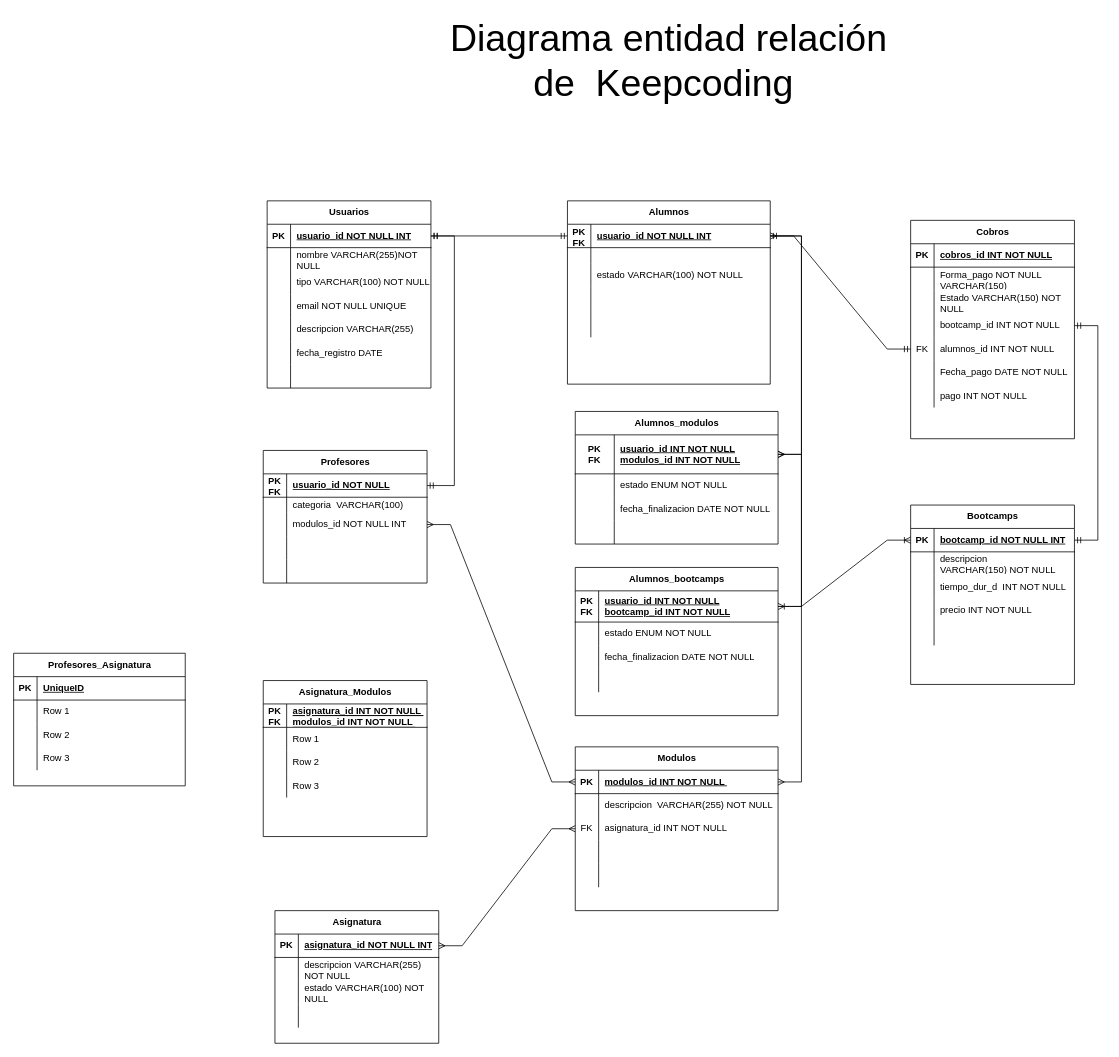
This is Diagrama_ERKeepCoding.drawio from NauziX/SQL_Advanced_Practice, a draw.io file, before an edit. Source tidied: cells renumbered, new cells numbered last; positions are measured from the earlier drawing's top-left corner, leaving out a move shared by most shapes. Both pictures are drawn from the tidied source at 78%, with x=0, y=0 at pixel (13, 13).
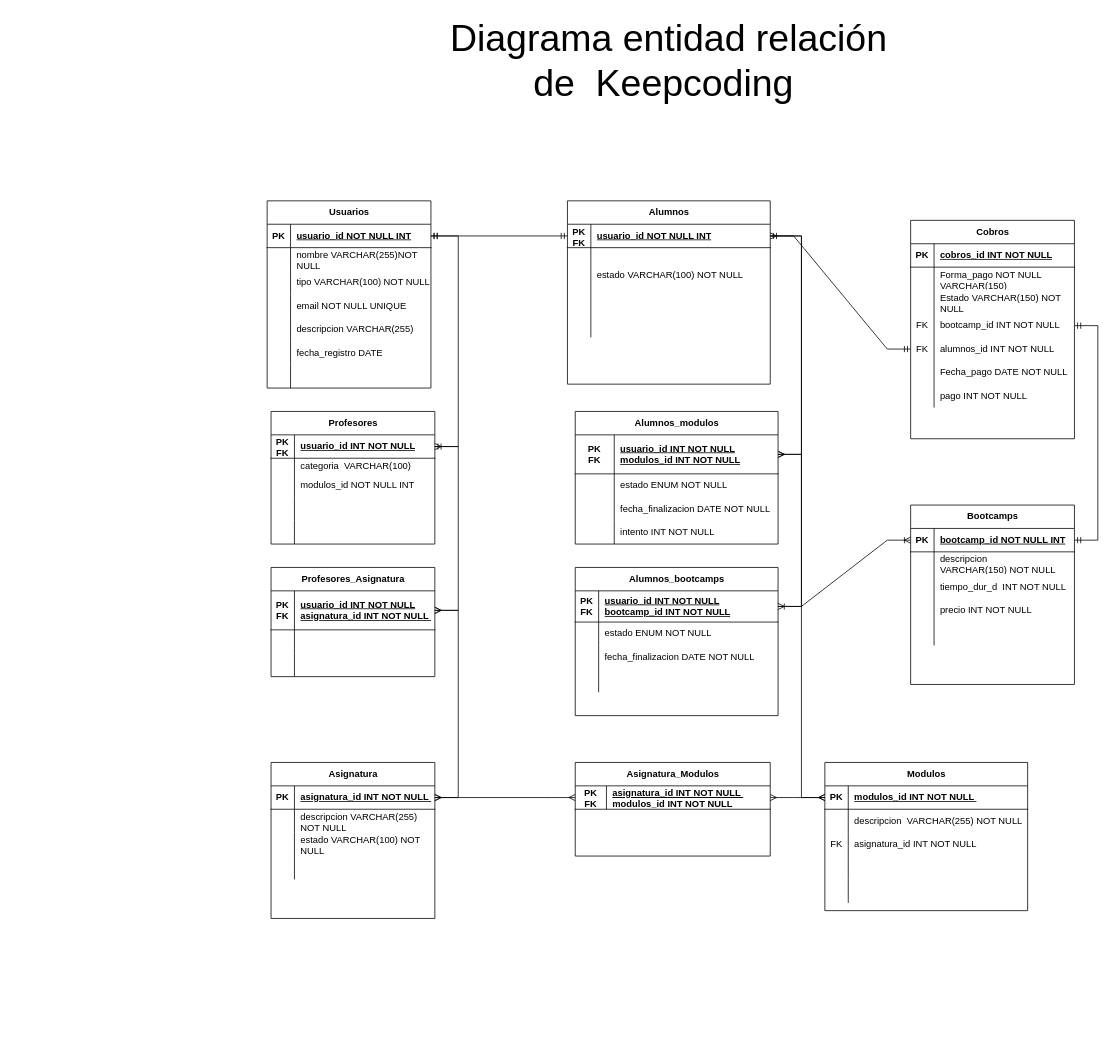
Above is the later version.

Unchanged cells that the change refers to:
```xml
<mxCell id="20" style="shape=tableRow;horizontal=0;startSize=0;swimlaneHead=0;swimlaneBody=0;fillColor=none;points=[[0,0.5],[1,0.5]];portConstraint=eastwest;top=0;left=0;right=0;bottom=1;" parent="19" vertex="1">
  <mxGeometry y="30" width="260" height="30" as="geometry" />
</mxCell>
<mxCell id="26" style="shape=tableRow;horizontal=0;startSize=0;swimlaneHead=0;swimlaneBody=0;fillColor=none;points=[[0,0.5],[1,0.5]];portConstraint=eastwest;top=0;left=0;right=0;bottom=0;" parent="19" vertex="1">
  <mxGeometry y="90" width="260" height="30" as="geometry" />
</mxCell>
<mxCell id="36" style="shape=tableRow;horizontal=0;startSize=0;swimlaneHead=0;swimlaneBody=0;fillColor=none;points=[[0,0.5],[1,0.5]];portConstraint=eastwest;top=0;left=0;right=0;bottom=1;" parent="35" vertex="1">
  <mxGeometry y="30" width="210" height="30" as="geometry" />
</mxCell>
<mxCell id="49" style="shape=tableRow;horizontal=0;startSize=0;swimlaneHead=0;swimlaneBody=0;fillColor=none;points=[[0,0.5],[1,0.5]];portConstraint=eastwest;top=0;left=0;right=0;bottom=1;" parent="48" vertex="1">
  <mxGeometry y="30" width="210" height="30" as="geometry" />
</mxCell>
<mxCell id="55" style="shape=tableRow;horizontal=0;startSize=0;swimlaneHead=0;swimlaneBody=0;fillColor=none;points=[[0,0.5],[1,0.5]];portConstraint=eastwest;top=0;left=0;right=0;bottom=0;" parent="48" vertex="1">
  <mxGeometry y="80" width="210" height="30" as="geometry" />
</mxCell>
<mxCell id="96" style="shape=tableRow;horizontal=0;startSize=0;swimlaneHead=0;swimlaneBody=0;fillColor=none;points=[[0,0.5],[1,0.5]];portConstraint=eastwest;top=0;left=0;right=0;bottom=0;" parent="86" vertex="1">
  <mxGeometry y="120" width="210" height="30" as="geometry" />
</mxCell>
<mxCell id="137" style="shape=tableRow;horizontal=0;startSize=0;swimlaneHead=0;swimlaneBody=0;fillColor=none;top=0;left=0;right=0;bottom=0;" parent="127" vertex="1">
  <mxGeometry y="140" width="260" height="30" as="geometry" />
</mxCell>
```

The edit, as a diff of the source:
```diff
@@
     <mxCell id="19" value="Modulos" style="shape=table;startSize=30;childLayout=tableLayout;rowLines=0;fontStyle=1;align=center;html=1;" parent="1" vertex="1">
-      <mxGeometry x="720" y="940" width="260" height="210" as="geometry" />
+      <mxGeometry x="1040" y="960" width="260" height="190" as="geometry" />
     </mxCell>
@@
     <mxCell id="35" value="Asignatura" style="shape=table;startSize=30;childLayout=tableLayout;rowLines=0;fontStyle=1;align=center;html=1;" parent="1" vertex="1">
-      <mxGeometry x="335" y="1150" width="210" height="170" as="geometry" />
+      <mxGeometry x="330" y="960" width="210" height="200" as="geometry" />
     </mxCell>
@@
-    <mxCell id="38" value="asignatura_id NOT NULL INT" style="shape=partialRectangle;fillColor=none;top=0;left=0;bottom=0;right=0;align=left;spacingLeft=6;fontStyle=5;overflow=hidden;whiteSpace=wrap;html=1;" parent="36" vertex="1">
+    <mxCell id="38" value="asignatura_id INT&amp;nbsp;NOT NULL&amp;nbsp;" style="shape=partialRectangle;fillColor=none;top=0;left=0;bottom=0;right=0;align=left;spacingLeft=6;fontStyle=5;overflow=hidden;whiteSpace=wrap;html=1;" parent="36" vertex="1">
       <mxGeometry x="30" width="180" height="30" as="geometry" />
     </mxCell>
@@
     <mxCell id="48" value="Profesores" style="shape=table;startSize=30;childLayout=tableLayout;rowLines=0;fontStyle=1;align=center;html=1;" parent="1" vertex="1">
-      <mxGeometry x="320" y="560" width="210" height="170" as="geometry" />
+      <mxGeometry x="330" y="510" width="210" height="170" as="geometry" />
     </mxCell>
@@
-    <mxCell id="51" value="usuario_id NOT NULL" style="shape=partialRectangle;fillColor=none;top=0;left=0;bottom=0;right=0;align=left;spacingLeft=6;fontStyle=5;overflow=hidden;whiteSpace=wrap;html=1;" parent="49" vertex="1">
+    <mxCell id="51" value="usuario_id INT NOT NULL" style="shape=partialRectangle;fillColor=none;top=0;left=0;bottom=0;right=0;align=left;spacingLeft=6;fontStyle=5;overflow=hidden;whiteSpace=wrap;html=1;" parent="49" vertex="1">
       <mxGeometry x="30" width="180" height="30" as="geometry" />
     </mxCell>
@@
-    <mxCell id="97" style="shape=partialRectangle;fillColor=none;top=0;left=0;bottom=0;right=0;overflow=hidden;whiteSpace=wrap;html=1;" parent="96" vertex="1">
+    <mxCell id="97" value="FK" style="shape=partialRectangle;fillColor=none;top=0;left=0;bottom=0;right=0;overflow=hidden;whiteSpace=wrap;html=1;" parent="96" vertex="1">
       <mxGeometry width="30" height="30" as="geometry" />
     </mxCell>
@@
-    <mxCell id="111" style="edgeStyle=entityRelationEdgeStyle;fontSize=12;html=1;endArrow=ERmany;startArrow=ERmany;rounded=0;" parent="1" edge="1" source="55" target="20">
-      <mxGeometry relative="1" as="geometry">
-        <Array as="points">
-          <mxPoint x="660" y="890" />
-        </Array>
-      </mxGeometry>
-    </mxCell>
@@
-    <mxCell id="113" style="edgeStyle=entityRelationEdgeStyle;fontSize=12;html=1;endArrow=ERmany;startArrow=ERmany;rounded=0;" parent="1" edge="1" source="36" target="26">
-      <mxGeometry relative="1" as="geometry">
-        <Array as="points">
-          <mxPoint x="80" y="550" />
-        </Array>
-      </mxGeometry>
-    </mxCell>
@@
-    <mxCell id="139" style="shape=partialRectangle;fillColor=none;top=0;left=0;bottom=0;right=0;align=left;spacingLeft=6;overflow=hidden;whiteSpace=wrap;html=1;" parent="137" vertex="1">
+    <mxCell id="139" value="intento INT NOT NULL" style="shape=partialRectangle;fillColor=none;top=0;left=0;bottom=0;right=0;align=left;spacingLeft=6;overflow=hidden;whiteSpace=wrap;html=1;" parent="137" vertex="1">
       <mxGeometry x="50" width="210" height="30" as="geometry" />
     </mxCell>
@@
     <mxCell id="160" value="Asignatura_Modulos" style="shape=table;startSize=30;childLayout=tableLayout;rowLines=0;fontStyle=1;align=center;html=1;" parent="1" vertex="1">
-      <mxGeometry x="320" y="855" width="210" height="200" as="geometry" />
+      <mxGeometry x="720" y="960" width="250" height="120" as="geometry" />
     </mxCell>
     <mxCell id="161" style="shape=tableRow;horizontal=0;startSize=0;swimlaneHead=0;swimlaneBody=0;fillColor=none;points=[[0,0.5],[1,0.5]];portConstraint=eastwest;top=0;left=0;right=0;bottom=1;" parent="160" vertex="1">
-      <mxGeometry y="30" width="210" height="30" as="geometry" />
+      <mxGeometry y="30" width="250" height="30" as="geometry" />
     </mxCell>
     <mxCell id="162" value="PK&lt;div&gt;FK&lt;/div&gt;" style="shape=partialRectangle;fillColor=none;top=0;left=0;bottom=0;right=0;fontStyle=1;overflow=hidden;whiteSpace=wrap;html=1;" parent="161" vertex="1">
-      <mxGeometry width="30" height="30" as="geometry" />
+      <mxGeometry width="40" height="30" as="geometry" />
     </mxCell>
     <mxCell id="163" value="&lt;span style=&quot;color: rgb(0, 0, 0); font-family: Helvetica; font-size: 12px; font-style: normal; font-variant-ligatures: normal; font-variant-caps: normal; font-weight: 700; letter-spacing: normal; orphans: 2; text-align: left; text-indent: 0px; text-transform: none; widows: 2; word-spacing: 0px; -webkit-text-stroke-width: 0px; white-space: normal; background-color: rgb(255, 255, 255); text-decoration: underline; float: none; display: inline !important;&quot;&gt;asignatura_id INT NOT NULL&amp;nbsp;&lt;/span&gt;&lt;div&gt;modulos_id INT NOT NULL&amp;nbsp;&lt;/div&gt;" style="shape=partialRectangle;fillColor=none;top=0;left=0;bottom=0;right=0;align=left;spacingLeft=6;fontStyle=5;overflow=hidden;whiteSpace=wrap;html=1;" parent="161" vertex="1">
-      <mxGeometry x="30" width="180" height="30" as="geometry" />
+      <mxGeometry x="40" width="210" height="30" as="geometry" />
     </mxCell>
-    <mxCell id="164" style="shape=tableRow;horizontal=0;startSize=0;swimlaneHead=0;swimlaneBody=0;fillColor=none;top=0;left=0;right=0;bottom=0;" parent="160" vertex="1">
-      <mxGeometry y="60" width="210" height="30" as="geometry" />
-    </mxCell>
-    <mxCell id="165" style="shape=partialRectangle;fillColor=none;top=0;left=0;bottom=0;right=0;overflow=hidden;whiteSpace=wrap;html=1;" parent="164" vertex="1">
-      <mxGeometry width="30" height="30" as="geometry" />
-    </mxCell>
-    <mxCell id="166" value="Row 1" style="shape=partialRectangle;fillColor=none;top=0;left=0;bottom=0;right=0;align=left;spacingLeft=6;overflow=hidden;whiteSpace=wrap;html=1;" parent="164" vertex="1">
-      <mxGeometry x="30" width="180" height="30" as="geometry" />
-    </mxCell>
-    <mxCell id="167" style="shape=tableRow;horizontal=0;startSize=0;swimlaneHead=0;swimlaneBody=0;fillColor=none;top=0;left=0;right=0;bottom=0;" parent="160" vertex="1">
-      <mxGeometry y="90" width="210" height="30" as="geometry" />
-    </mxCell>
-    <mxCell id="168" style="shape=partialRectangle;fillColor=none;top=0;left=0;bottom=0;right=0;overflow=hidden;whiteSpace=wrap;html=1;" parent="167" vertex="1">
-      <mxGeometry width="30" height="30" as="geometry" />
-    </mxCell>
-    <mxCell id="169" value="Row 2" style="shape=partialRectangle;fillColor=none;top=0;left=0;bottom=0;right=0;align=left;spacingLeft=6;overflow=hidden;whiteSpace=wrap;html=1;" parent="167" vertex="1">
-      <mxGeometry x="30" width="180" height="30" as="geometry" />
-    </mxCell>
-    <mxCell id="170" style="shape=tableRow;horizontal=0;startSize=0;swimlaneHead=0;swimlaneBody=0;fillColor=none;top=0;left=0;right=0;bottom=0;" parent="160" vertex="1">
-      <mxGeometry y="120" width="210" height="30" as="geometry" />
-    </mxCell>
-    <mxCell id="171" style="shape=partialRectangle;fillColor=none;top=0;left=0;bottom=0;right=0;overflow=hidden;whiteSpace=wrap;html=1;" parent="170" vertex="1">
-      <mxGeometry width="30" height="30" as="geometry" />
-    </mxCell>
-    <mxCell id="172" value="Row 3" style="shape=partialRectangle;fillColor=none;top=0;left=0;bottom=0;right=0;align=left;spacingLeft=6;overflow=hidden;whiteSpace=wrap;html=1;" parent="170" vertex="1">
-      <mxGeometry x="30" width="180" height="30" as="geometry" />
-    </mxCell>
     <mxCell id="173" value="Profesores_Asignatura" style="shape=table;startSize=30;childLayout=tableLayout;rowLines=0;fontStyle=1;align=center;html=1;" parent="1" vertex="1">
-      <mxGeometry y="820" width="220" height="170" as="geometry" />
+      <mxGeometry x="330" y="710" width="210" height="140" as="geometry" />
     </mxCell>
     <mxCell id="174" style="shape=tableRow;horizontal=0;startSize=0;swimlaneHead=0;swimlaneBody=0;fillColor=none;points=[[0,0.5],[1,0.5]];portConstraint=eastwest;top=0;left=0;right=0;bottom=1;" parent="173" vertex="1">
-      <mxGeometry y="30" width="220" height="30" as="geometry" />
+      <mxGeometry y="30" width="210" height="50" as="geometry" />
     </mxCell>
-    <mxCell id="175" value="PK" style="shape=partialRectangle;fillColor=none;top=0;left=0;bottom=0;right=0;fontStyle=1;overflow=hidden;whiteSpace=wrap;html=1;" parent="174" vertex="1">
-      <mxGeometry width="30" height="30" as="geometry" />
+    <mxCell id="175" value="PK&lt;div&gt;FK&lt;/div&gt;" style="shape=partialRectangle;fillColor=none;top=0;left=0;bottom=0;right=0;fontStyle=1;overflow=hidden;whiteSpace=wrap;html=1;" parent="174" vertex="1">
+      <mxGeometry width="30" height="50" as="geometry" />
     </mxCell>
-    <mxCell id="176" value="UniqueID" style="shape=partialRectangle;fillColor=none;top=0;left=0;bottom=0;right=0;align=left;spacingLeft=6;fontStyle=5;overflow=hidden;whiteSpace=wrap;html=1;" parent="174" vertex="1">
-      <mxGeometry x="30" width="190" height="30" as="geometry" />
+    <mxCell id="176" value="usuario_id INT NOT NULL&lt;div&gt;asignatura_id INT NOT NULL&amp;nbsp;&lt;/div&gt;" style="shape=partialRectangle;fillColor=none;top=0;left=0;bottom=0;right=0;align=left;spacingLeft=6;fontStyle=5;overflow=hidden;whiteSpace=wrap;html=1;" parent="174" vertex="1">
+      <mxGeometry x="30" width="180" height="50" as="geometry" />
     </mxCell>
     <mxCell id="177" style="shape=tableRow;horizontal=0;startSize=0;swimlaneHead=0;swimlaneBody=0;fillColor=none;top=0;left=0;right=0;bottom=0;" parent="173" vertex="1">
-      <mxGeometry y="60" width="220" height="30" as="geometry" />
+      <mxGeometry y="80" width="210" height="30" as="geometry" />
     </mxCell>
@@
-    <mxCell id="179" value="Row 1" style="shape=partialRectangle;fillColor=none;top=0;left=0;bottom=0;right=0;align=left;spacingLeft=6;overflow=hidden;whiteSpace=wrap;html=1;" parent="177" vertex="1">
-      <mxGeometry x="30" width="190" height="30" as="geometry" />
+    <mxCell id="179" style="shape=partialRectangle;fillColor=none;top=0;left=0;bottom=0;right=0;align=left;spacingLeft=6;overflow=hidden;whiteSpace=wrap;html=1;" parent="177" vertex="1">
+      <mxGeometry x="30" width="180" height="30" as="geometry" />
     </mxCell>
-    <mxCell id="180" style="shape=tableRow;horizontal=0;startSize=0;swimlaneHead=0;swimlaneBody=0;fillColor=none;top=0;left=0;right=0;bottom=0;" parent="173" vertex="1">
-      <mxGeometry y="90" width="220" height="30" as="geometry" />
-    </mxCell>
-    <mxCell id="181" style="shape=partialRectangle;fillColor=none;top=0;left=0;bottom=0;right=0;overflow=hidden;whiteSpace=wrap;html=1;" parent="180" vertex="1">
-      <mxGeometry width="30" height="30" as="geometry" />
-    </mxCell>
-    <mxCell id="182" value="Row 2" style="shape=partialRectangle;fillColor=none;top=0;left=0;bottom=0;right=0;align=left;spacingLeft=6;overflow=hidden;whiteSpace=wrap;html=1;" parent="180" vertex="1">
-      <mxGeometry x="30" width="190" height="30" as="geometry" />
-    </mxCell>
     <mxCell id="183" style="shape=tableRow;horizontal=0;startSize=0;swimlaneHead=0;swimlaneBody=0;fillColor=none;top=0;left=0;right=0;bottom=0;" parent="173" vertex="1">
-      <mxGeometry y="120" width="220" height="30" as="geometry" />
+      <mxGeometry y="110" width="210" height="30" as="geometry" />
     </mxCell>
@@
-    <mxCell id="185" value="Row 3" style="shape=partialRectangle;fillColor=none;top=0;left=0;bottom=0;right=0;align=left;spacingLeft=6;overflow=hidden;whiteSpace=wrap;html=1;" parent="183" vertex="1">
-      <mxGeometry x="30" width="190" height="30" as="geometry" />
+    <mxCell id="185" style="shape=partialRectangle;fillColor=none;top=0;left=0;bottom=0;right=0;align=left;spacingLeft=6;overflow=hidden;whiteSpace=wrap;html=1;" parent="183" vertex="1">
+      <mxGeometry x="30" width="180" height="30" as="geometry" />
     </mxCell>
+    <mxCell id="186" style="edgeStyle=entityRelationEdgeStyle;fontSize=12;html=1;endArrow=ERmany;startArrow=ERmany;rounded=0;" parent="1" edge="1" source="161" target="20">
+      <mxGeometry relative="1" as="geometry">
+        <Array as="points">
+          <mxPoint x="580" y="1250" />
+        </Array>
+      </mxGeometry>
+    </mxCell>
+    <mxCell id="187" style="edgeStyle=entityRelationEdgeStyle;fontSize=12;html=1;endArrow=ERmany;startArrow=ERmany;rounded=0;" parent="1" edge="1" source="174" target="49">
+      <mxGeometry relative="1" as="geometry">
+        <Array as="points">
+          <mxPoint x="240" y="1145" />
+          <mxPoint x="20" y="765" />
+        </Array>
+      </mxGeometry>
+    </mxCell>
+    <mxCell id="188" style="edgeStyle=entityRelationEdgeStyle;fontSize=12;html=1;endArrow=ERmany;startArrow=ERmany;rounded=0;" parent="1" edge="1" source="36" target="174">
+      <mxGeometry relative="1" as="geometry" />
+    </mxCell>
+    <mxCell id="189" style="edgeStyle=entityRelationEdgeStyle;fontSize=12;html=1;endArrow=ERmany;startArrow=ERmany;rounded=0;" parent="1" edge="1" source="36" target="161">
+      <mxGeometry relative="1" as="geometry" />
+    </mxCell>
```
